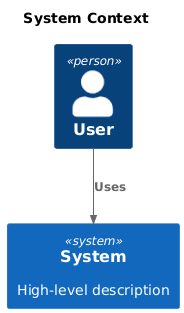
Before: docs/diagrams/hover-and-click/images/c4-context-diagram.png, a diagram exported from PlantUML (SevDev21/disney-ai-plus). Source of this version:
```plantuml
@startuml


!include <C4/C4_Container>

title System Context

Person(user, "User")
System(system, "System", "High-level description")
Rel(user, system, "Uses")
@enduml
```
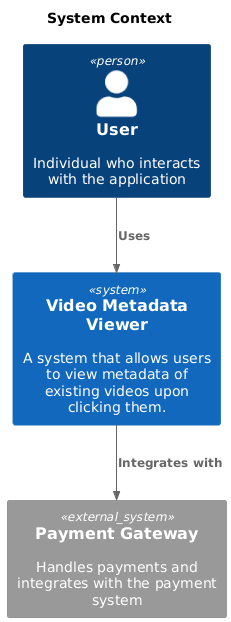
Above is the later version.

What changed in the source:
```diff
@@ -1,11 +1,14 @@
 @startuml
-
-
-!include <C4/C4_Container>
+!include <C4/C4_Context>
 
 title System Context
 
-Person(user, "User")
-System(system, "System", "High-level description")
+Person(user, "User", "Individual who interacts with the application")
+
+System(system, "Video Metadata Viewer", "A system that allows users to view metadata of existing videos upon clicking them.")
+
+System_Ext(paymentgateway, "Payment Gateway", "Handles payments and integrates with the payment system")
+
 Rel(user, system, "Uses")
+Rel(system, paymentgateway, "Integrates with")
 @enduml
```
